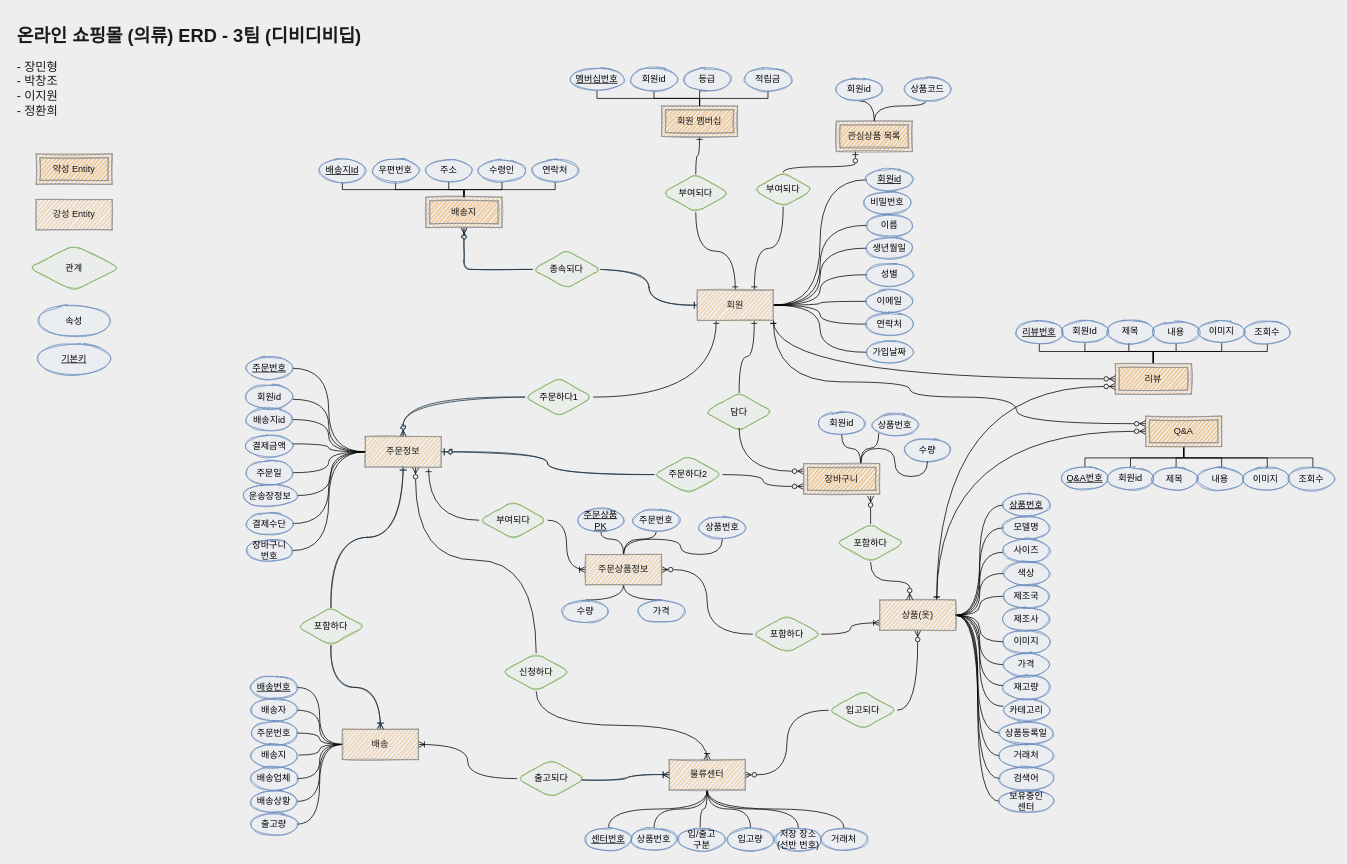
Earlier version of the draw.io diagram page "페이지-2" (2 of 3) of Untitled Diagram.drawio (pcjo1202/DataBase-design). Source tidied: cells renumbered, new cells numbered last; positions are measured from the earlier drawing's top-left corner, leaving out a move shared by most shapes. Both pictures are drawn from the tidied source at 76%, with x=0, y=0 at pixel (13, 21).
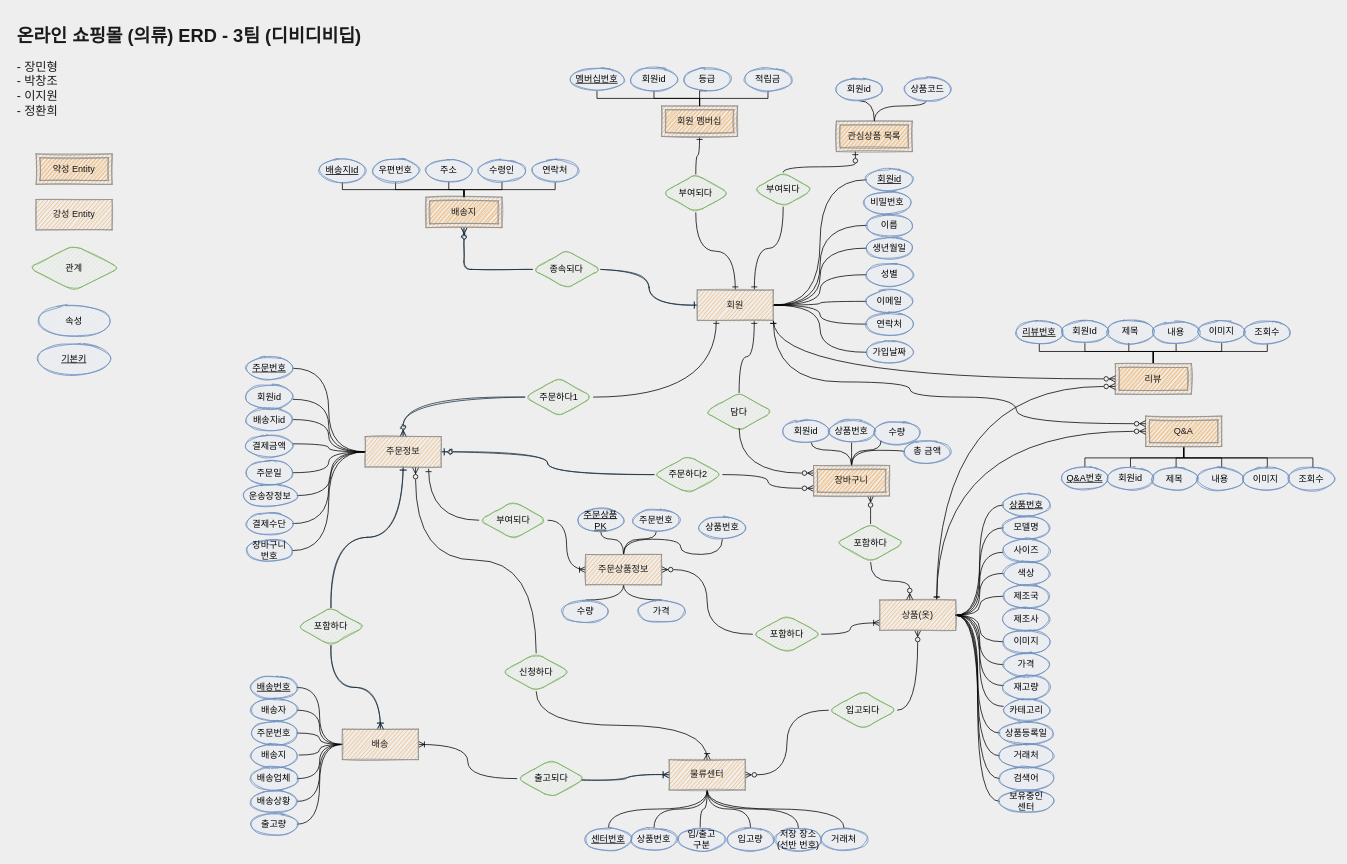
The same diagram, later.

Commit message:
장바구니 개체 수정

Diff of the diagram source:
```diff
@@
-    <mxCell id="80" style="edgeStyle=orthogonalEdgeStyle;curved=1;jettySize=auto;html=1;exitX=0.75;exitY=0;exitDx=0;exitDy=0;entryX=0.5;entryY=1;entryDx=0;entryDy=0;endArrow=none;endFill=0;" parent="1" edge="1" source="188" target="166">
-      <mxGeometry relative="1" as="geometry" />
-    </mxCell>
@@
     <mxCell id="166" value="회원id" style="ellipse;whiteSpace=wrap;html=1;align=center;rounded=0;sketch=1;strokeColor=#6c8ebf;fillColor=#dae8fc;" parent="1" vertex="1">
-      <mxGeometry x="1060" y="514.5" width="60" height="30" as="geometry" />
+      <mxGeometry x="1013" y="525" width="60" height="30" as="geometry" />
     </mxCell>
     <mxCell id="167" value="상품번호" style="ellipse;whiteSpace=wrap;html=1;align=center;rounded=0;sketch=1;strokeColor=#6c8ebf;fillColor=#dae8fc;" parent="1" vertex="1">
-      <mxGeometry x="1130" y="517" width="60" height="30" as="geometry" />
+      <mxGeometry x="1073" y="525" width="60" height="30" as="geometry" />
     </mxCell>
     <mxCell id="168" value="수량" style="ellipse;whiteSpace=wrap;html=1;align=center;rounded=0;sketch=1;strokeColor=#6c8ebf;fillColor=#dae8fc;" parent="1" vertex="1">
-      <mxGeometry x="1173" y="549.5" width="60" height="30" as="geometry" />
+      <mxGeometry x="1133" y="527" width="60" height="30" as="geometry" />
     </mxCell>
@@
+    <mxCell id="80" style="edgeStyle=orthogonalEdgeStyle;curved=1;jettySize=auto;html=1;exitX=0.5;exitY=0;exitDx=0;exitDy=0;entryX=0.617;entryY=1;entryDx=0;entryDy=0;entryPerimeter=0;startArrow=none;startFill=0;endArrow=none;endFill=0;" parent="1" edge="1" source="188" target="166">
+      <mxGeometry relative="1" as="geometry" />
+    </mxCell>
-    <mxCell id="186" style="edgeStyle=orthogonalEdgeStyle;jettySize=auto;html=1;exitX=0.75;exitY=0;exitDx=0;exitDy=0;entryX=0;entryY=1;entryDx=0;entryDy=0;startArrow=none;startFill=0;endArrow=none;endFill=0;curved=1;" parent="1" edge="1" source="188" target="167">
+    <mxCell id="186" style="edgeStyle=orthogonalEdgeStyle;curved=1;jettySize=auto;html=1;exitX=0.5;exitY=0;exitDx=0;exitDy=0;entryX=0.5;entryY=1;entryDx=0;entryDy=0;startArrow=none;startFill=0;endArrow=none;endFill=0;" parent="1" edge="1" source="188" target="167">
       <mxGeometry relative="1" as="geometry" />
     </mxCell>
-    <mxCell id="187" style="edgeStyle=orthogonalEdgeStyle;curved=1;jettySize=auto;html=1;exitX=0.75;exitY=0;exitDx=0;exitDy=0;startArrow=none;startFill=0;endArrow=none;endFill=0;" parent="1" edge="1" source="188" target="168">
+    <mxCell id="187" style="edgeStyle=orthogonalEdgeStyle;curved=1;jettySize=auto;html=1;exitX=0.5;exitY=0;exitDx=0;exitDy=0;entryX=0;entryY=1;entryDx=0;entryDy=0;startArrow=none;startFill=0;endArrow=none;endFill=0;" parent="1" edge="1" source="188" target="168">
       <mxGeometry relative="1" as="geometry" />
     </mxCell>
+    <mxCell id="210" style="edgeStyle=orthogonalEdgeStyle;curved=1;jettySize=auto;html=1;exitX=0.5;exitY=0;exitDx=0;exitDy=0;entryX=0;entryY=0.5;entryDx=0;entryDy=0;startArrow=none;startFill=0;endArrow=none;endFill=0;" parent="1" edge="1" source="188" target="211">
+      <mxGeometry relative="1" as="geometry" />
+    </mxCell>
     <mxCell id="188" value="장바구니" style="shape=ext;margin=3;double=1;whiteSpace=wrap;html=1;align=center;rounded=0;sketch=1;fontColor=#1A1A1A;strokeColor=#909090;fillColor=#F5AB50;" parent="1" vertex="1">
-      <mxGeometry x="1040" y="582.5" width="100" height="40" as="geometry" />
+      <mxGeometry x="1053" y="585" width="100" height="40" as="geometry" />
     </mxCell>
@@
+    <mxCell id="211" value="총 금액" style="ellipse;whiteSpace=wrap;html=1;align=center;rounded=0;sketch=1;strokeColor=#6c8ebf;fillColor=#dae8fc;" parent="1" vertex="1">
+      <mxGeometry x="1173" y="552" width="60" height="30" as="geometry" />
+    </mxCell>
```
